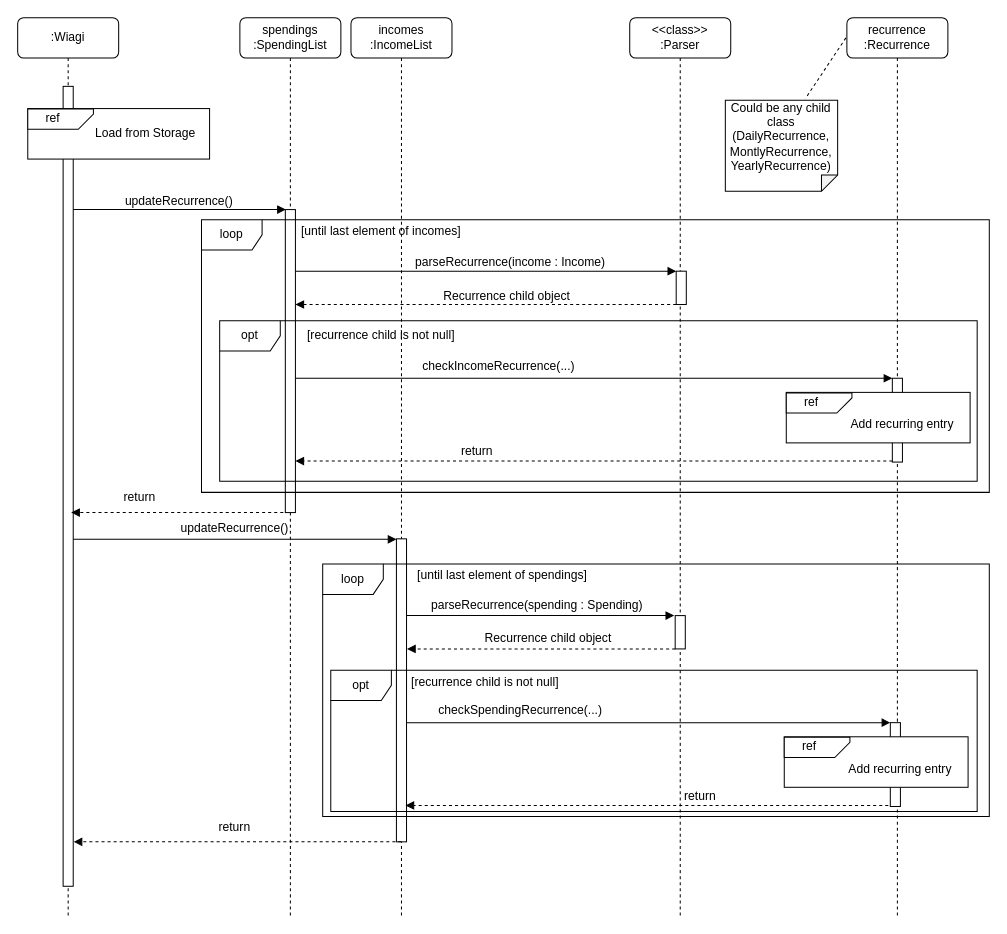
wongwh2002/CS2113TeamProject keeps this draw.io diagram as docs/Diagrams/Recurrence/updatingRecurrenceSD.drawio. Above is the earlier version. Source tidied: cells renumbered, new cells numbered last; positions are measured from the earlier drawing's top-left corner, leaving out a move shared by most shapes. Both pictures are drawn from the tidied source at 101%, with x=0, y=0 at pixel (17, 17).
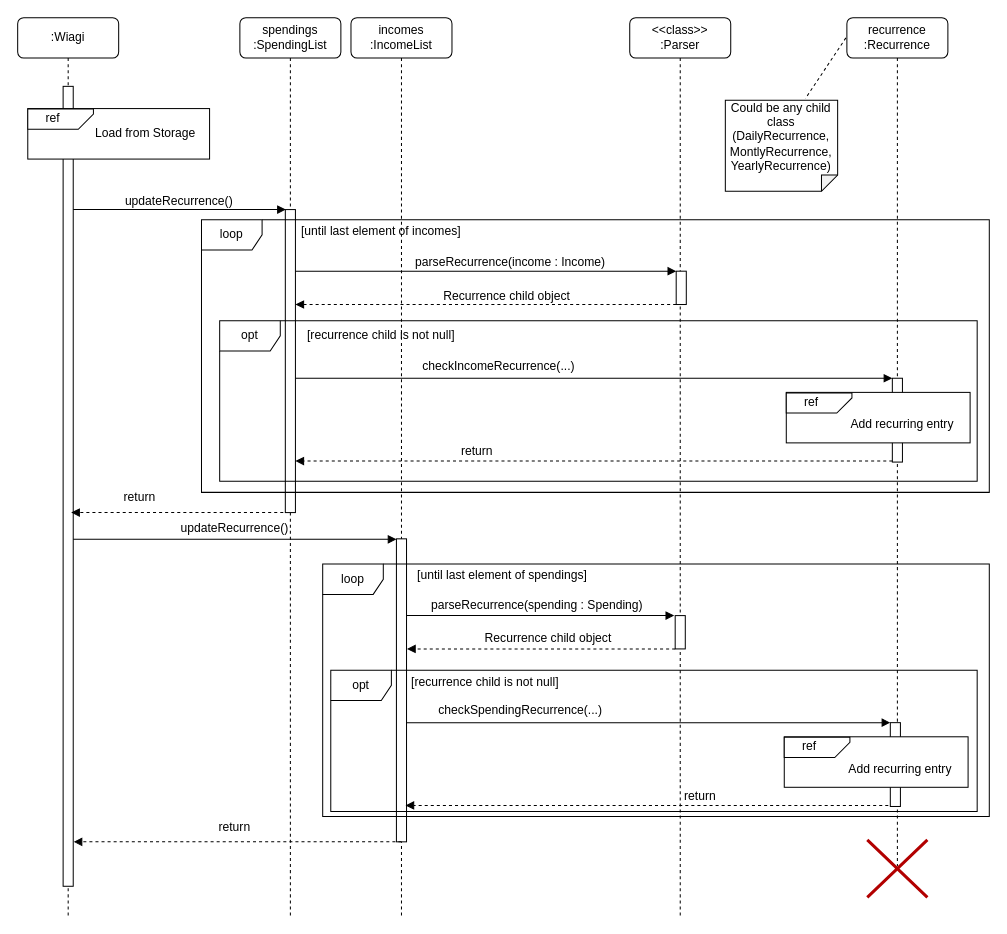
After the change.

Change to the diagram source:
```diff
@@
     <mxCell id="14" value="recurrence :Recurrence" style="shape=umlLifeline;rounded=1;perimeter=lifelinePerimeter;whiteSpace=wrap;html=1;newEdgeStyle={&quot;edgeStyle&quot;:&quot;elbowEdgeStyle&quot;,&quot;elbow&quot;:&quot;vertical&quot;,&quot;curved&quot;:0,&quot;rounded&quot;:0};" parent="1" vertex="1">
-      <mxGeometry x="821" width="100" height="890" as="geometry" />
+      <mxGeometry x="821" width="100" height="840" as="geometry" />
     </mxCell>
@@
+    <mxCell id="60" style="shape=umlDestroy;whiteSpace=wrap;html=1;strokeWidth=3;targetShapes=umlLifeline;fillColor=#e51400;strokeColor=#B20000;fontColor=#ffffff;" parent="1" vertex="1">
+      <mxGeometry x="841.2" y="814" width="59.5" height="57" as="geometry" />
+    </mxCell>
```
